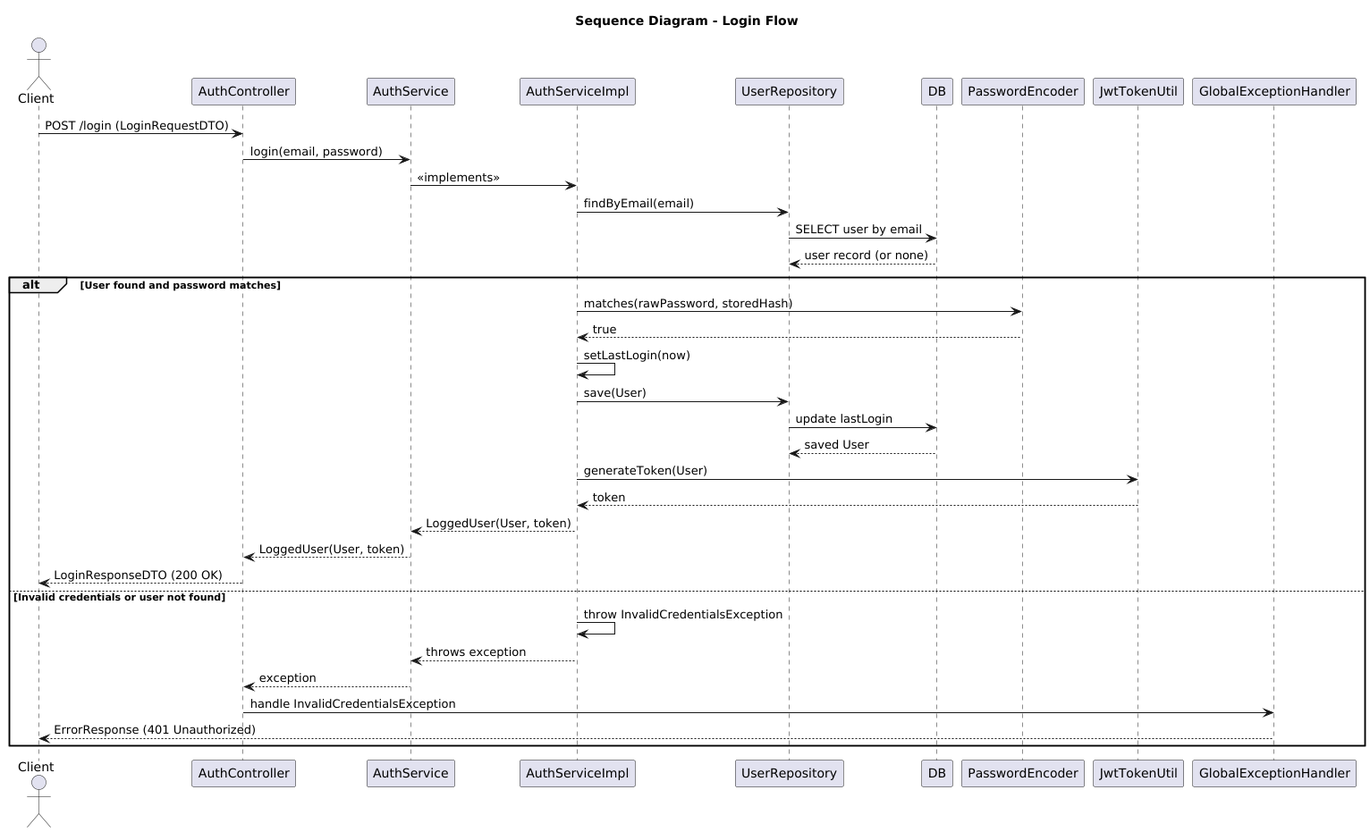
This is docs/images/login_sequence_diagram.png from Fernando-Iglesias/auth-service, a PlantUML export, as it was before one commit. The source it was exported from:
```plantuml
@startuml SequenceDiagramLogin
title Sequence Diagram - Login Flow

actor Client
Client -> AuthController: POST /login (LoginRequestDTO)
AuthController -> AuthService: login(email, password)
AuthService -> AuthServiceImpl: «implements»

AuthServiceImpl -> UserRepository: findByEmail(email)
UserRepository -> DB: SELECT user by email
DB --> UserRepository: user record (or none)

alt User found and password matches
    AuthServiceImpl -> PasswordEncoder: matches(rawPassword, storedHash)
    PasswordEncoder --> AuthServiceImpl: true
    AuthServiceImpl -> AuthServiceImpl: setLastLogin(now)
    AuthServiceImpl -> UserRepository: save(User)
    UserRepository -> DB: update lastLogin
    DB --> UserRepository: saved User
    AuthServiceImpl -> JwtTokenUtil: generateToken(User)
    JwtTokenUtil --> AuthServiceImpl: token
    AuthServiceImpl --> AuthService: LoggedUser(User, token)
    AuthService --> AuthController: LoggedUser(User, token)
    AuthController --> Client: LoginResponseDTO (200 OK)
else Invalid credentials or user not found
    AuthServiceImpl -> AuthServiceImpl: throw InvalidCredentialsException
    AuthServiceImpl --> AuthService: throws exception
    AuthService --> AuthController: exception
    AuthController -> GlobalExceptionHandler: handle InvalidCredentialsException
    GlobalExceptionHandler --> Client: ErrorResponse (401 Unauthorized)
end

@enduml
```
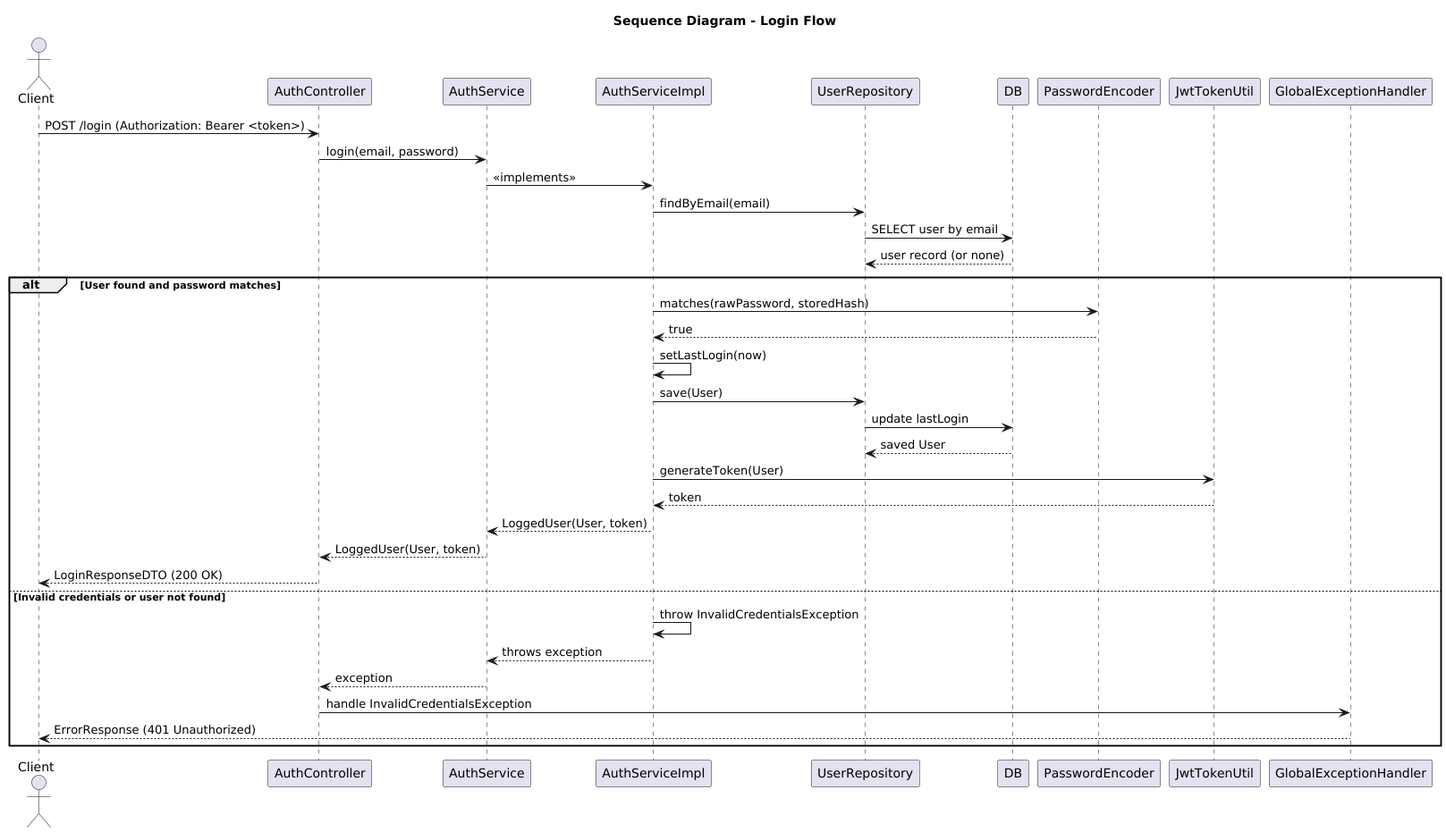
Later version of the same file.

Change to the diagram source:
```diff
@@ -2,7 +2,7 @@
 title Sequence Diagram - Login Flow
 
 actor Client
-Client -> AuthController: POST /login (LoginRequestDTO)
+Client -> AuthController: POST /login (Authorization: Bearer <token>)
 AuthController -> AuthService: login(email, password)
 AuthService -> AuthServiceImpl: «implements»
 
```
